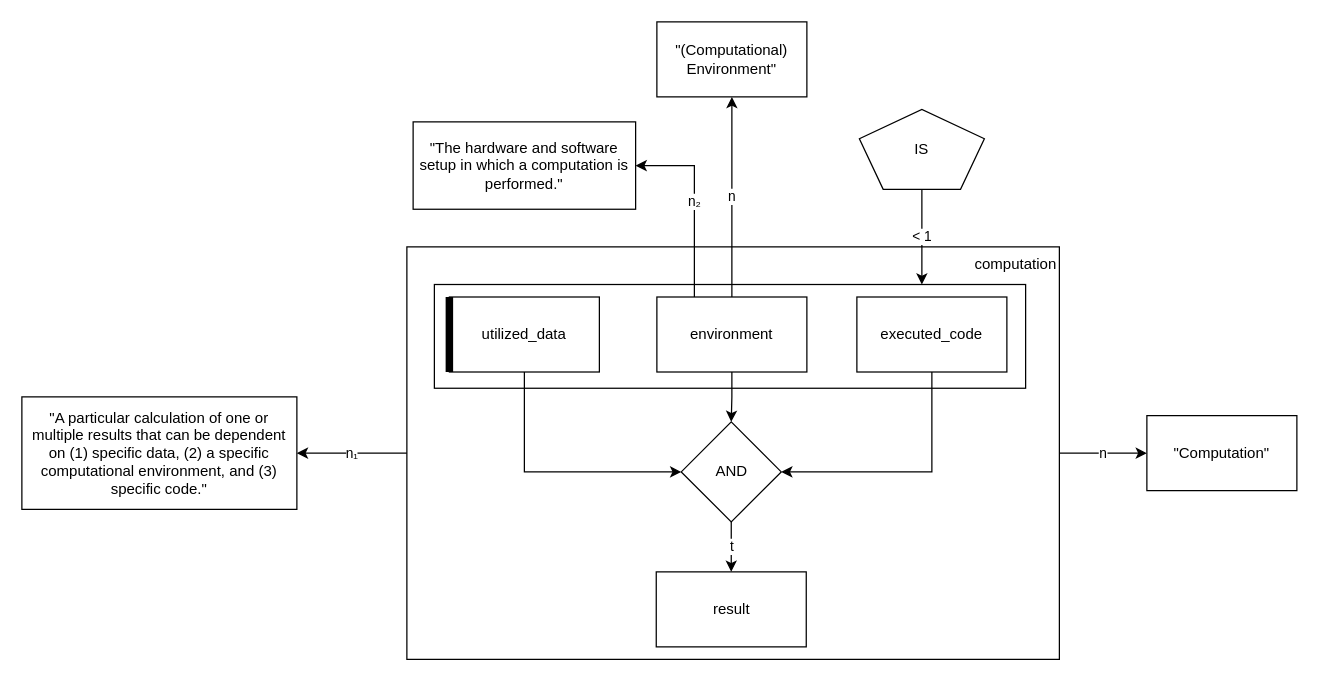
Before: page "07-computation" (8 of 11) of model-analysis-errors.drawio in nicebread/scientific_errors, a draw.io diagram. Source tidied: cells renumbered, new cells numbered last; positions are measured from the earlier drawing's top-left corner, leaving out a move shared by most shapes. Both pictures are drawn from the tidied source at 125%, with x=0, y=0 at pixel (21, 21).
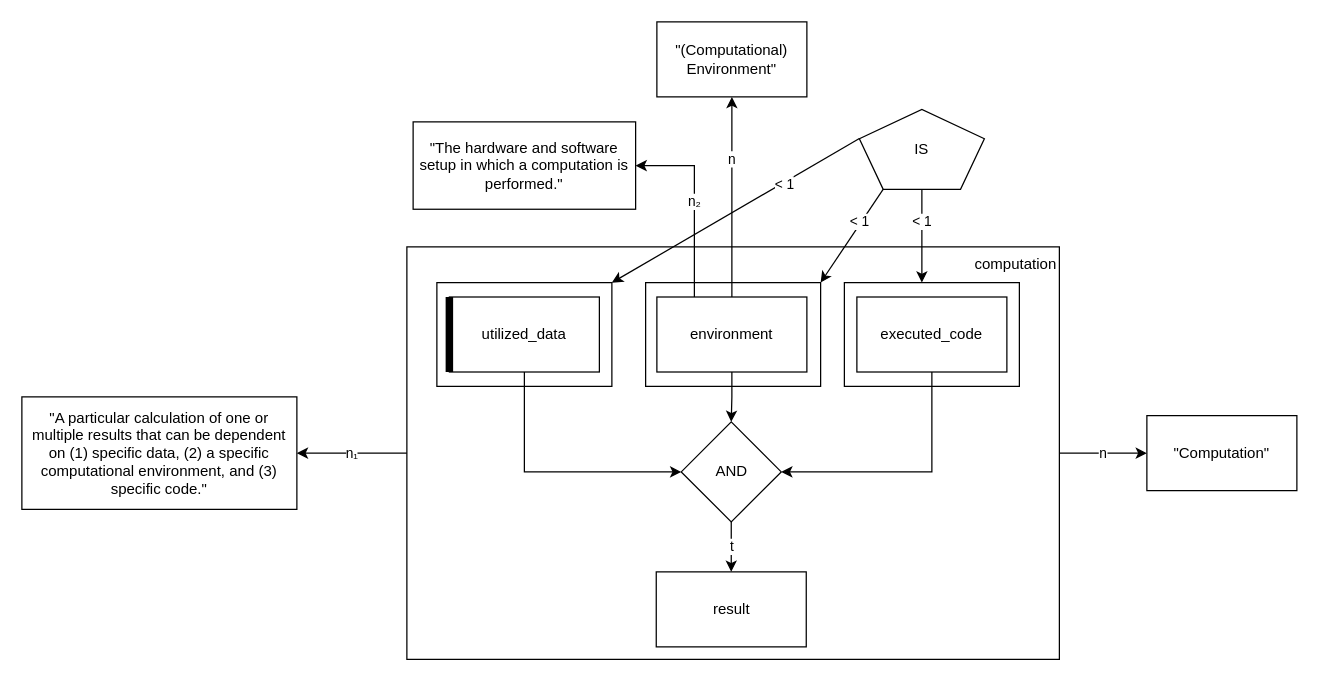
After the change.

Commit message:
For computation, make data, environment, and code invidiually optional

Unchanged cells that the change refers to:
```xml
<mxCell id="11" value="environment" style="rounded=0;whiteSpace=wrap;html=1;" parent="1" vertex="1">
  <mxGeometry x="508" y="220.1" width="120" height="60" as="geometry" />
</mxCell>
<mxCell id="12" value="&quot;(Computational) Environment&quot;" style="rounded=0;whiteSpace=wrap;html=1;" parent="1" vertex="1">
  <mxGeometry x="508" width="120" height="60" as="geometry" />
</mxCell>
<mxCell id="19" value="IS" style="whiteSpace=wrap;html=1;shape=mxgraph.basic.pentagon;" parent="1" vertex="1">
  <mxGeometry x="670" y="70" width="100" height="64" as="geometry" />
</mxCell>
```

Change to the diagram source:
```diff
@@
     <mxCell id="4" style="rounded=0;whiteSpace=wrap;html=1;fillColor=none;" parent="1" vertex="1">
-      <mxGeometry x="330" y="210.1" width="473" height="83" as="geometry" />
+      <mxGeometry x="658" y="208.6" width="140" height="83" as="geometry" />
     </mxCell>
@@
     <mxCell id="8" value="n" style="edgeStyle=orthogonalEdgeStyle;rounded=0;jettySize=auto;html=1;" parent="1" edge="1" source="11" target="12">
-      <mxGeometry relative="1" as="geometry" />
+      <mxGeometry x="0.38" relative="1" as="geometry" />
     </mxCell>
@@
+    <mxCell id="25" style="rounded=0;whiteSpace=wrap;html=1;fillColor=none;" parent="1" vertex="1">
+      <mxGeometry x="499" y="208.6" width="140" height="83" as="geometry" />
+    </mxCell>
@@
+    <mxCell id="26" style="rounded=0;whiteSpace=wrap;html=1;fillColor=none;" parent="1" vertex="1">
+      <mxGeometry x="332" y="208.6" width="140" height="83" as="geometry" />
+    </mxCell>
@@
     <mxCell id="18" value="&amp;lt; 1" style="edgeStyle=orthogonalEdgeStyle;rounded=0;jettySize=auto;html=1;" parent="1" edge="1" source="19" target="4">
-      <mxGeometry relative="1" as="geometry">
+      <mxGeometry x="-0.3" relative="1" as="geometry">
         <Array as="points">
           <mxPoint x="720" y="140" />
           <mxPoint x="720" y="140" />
         </Array>
       </mxGeometry>
     </mxCell>
+    <mxCell id="27" value="&amp;lt; 1" style="rounded=0;html=1;exitX=0.19;exitY=1;exitDx=0;exitDy=0;exitPerimeter=0;entryX=1;entryY=0;entryDx=0;entryDy=0;" parent="1" edge="1" source="19" target="25">
+      <mxGeometry x="-0.28" y="-1" relative="1" as="geometry" />
+    </mxCell>
+    <mxCell id="28" value="&amp;lt; 1" style="rounded=0;html=1;exitX=0;exitY=0.365;exitDx=0;exitDy=0;exitPerimeter=0;entryX=1;entryY=0;entryDx=0;entryDy=0;" parent="1" edge="1" source="19" target="26">
+      <mxGeometry x="-0.39" y="1" relative="1" as="geometry">
+        <mxPoint y="1" as="offset" />
+      </mxGeometry>
+    </mxCell>
```
